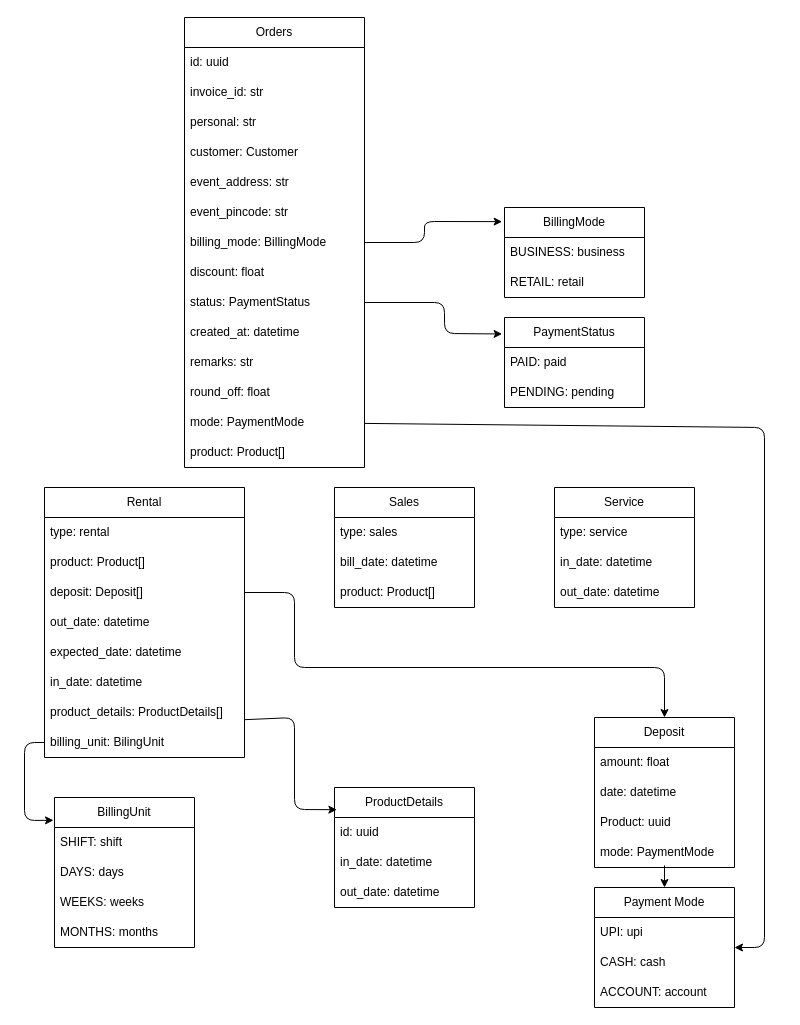
This is page "Orders" (4 of 4) of docs/IMS_MPT.drawio from Cherisher08/IMS_mpt_backend, a draw.io file, before an edit. Source tidied: cells renumbered, new cells numbered last; positions are measured from the earlier drawing's top-left corner, leaving out a move shared by most shapes. Both pictures are drawn from the tidied source at 100%, with x=0, y=0 at pixel (24, 17).
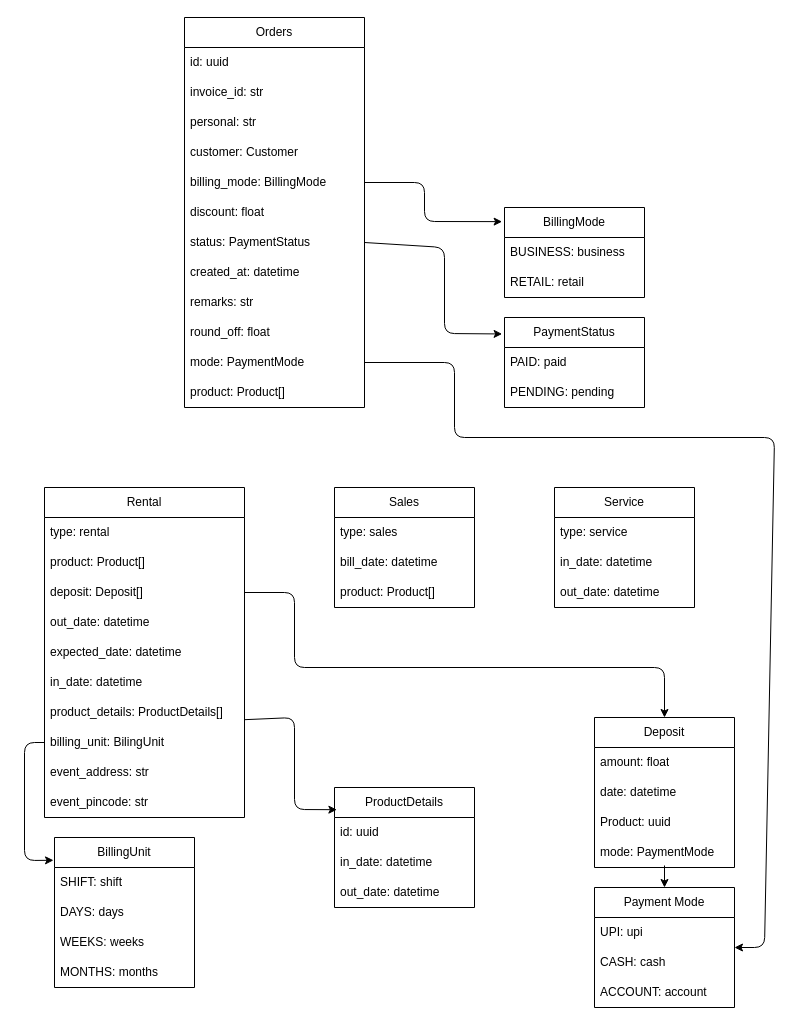
The same diagram, later.

Unchanged cells that the change refers to:
```xml
<mxCell id="25" value="billing_unit: BilingUnit" style="text;strokeColor=none;fillColor=none;align=left;verticalAlign=middle;spacingLeft=4;spacingRight=4;overflow=hidden;points=[[0,0.5],[1,0.5]];portConstraint=eastwest;whiteSpace=wrap;html=1;" parent="17" vertex="1">
  <mxGeometry y="240" width="200" height="30" as="geometry" />
</mxCell>
<mxCell id="26" value="BillingMode" style="swimlane;fontStyle=0;horizontal=1;startSize=30;whiteSpace=wrap;html=1;" parent="1" vertex="1">
  <mxGeometry x="480" y="190" width="140" height="90" as="geometry" />
</mxCell>
<mxCell id="38" value="PaymentStatus" style="swimlane;fontStyle=0;horizontal=1;startSize=30;whiteSpace=wrap;html=1;" parent="1" vertex="1">
  <mxGeometry x="480" y="300" width="140" height="90" as="geometry" />
</mxCell>
<mxCell id="59" value="Payment Mode" style="swimlane;fontStyle=0;horizontal=1;startSize=30;whiteSpace=wrap;html=1;" parent="1" vertex="1">
  <mxGeometry x="570" y="870" width="140" height="120" as="geometry" />
</mxCell>
```

The edit, as a diff of the source:
```diff
@@
     <mxCell id="2" value="Orders" style="swimlane;fontStyle=0;horizontal=1;startSize=30;whiteSpace=wrap;html=1;" parent="1" vertex="1">
-      <mxGeometry x="160" width="180" height="450" as="geometry" />
+      <mxGeometry x="160" width="180" height="390" as="geometry" />
     </mxCell>
@@
-    <mxCell id="7" value="event_address: str" style="text;strokeColor=none;fillColor=none;align=left;verticalAlign=middle;spacingLeft=4;spacingRight=4;overflow=hidden;whiteSpace=wrap;html=1;" parent="2" vertex="1">
-      <mxGeometry y="150" width="180" height="30" as="geometry" />
-    </mxCell>
-    <mxCell id="8" value="event_pincode: str" style="text;strokeColor=none;fillColor=none;align=left;verticalAlign=middle;spacingLeft=4;spacingRight=4;overflow=hidden;whiteSpace=wrap;html=1;" parent="2" vertex="1">
-      <mxGeometry y="180" width="180" height="30" as="geometry" />
-    </mxCell>
     <mxCell id="9" value="billing_mode: BillingMode" style="text;strokeColor=none;fillColor=none;align=left;verticalAlign=middle;spacingLeft=4;spacingRight=4;overflow=hidden;points=[[0,0.5],[1,0.5]];portConstraint=eastwest;whiteSpace=wrap;html=1;" parent="2" vertex="1">
-      <mxGeometry y="210" width="180" height="30" as="geometry" />
+      <mxGeometry y="150" width="180" height="30" as="geometry" />
     </mxCell>
     <mxCell id="10" value="discount: float" style="text;strokeColor=none;fillColor=none;align=left;verticalAlign=middle;spacingLeft=4;spacingRight=4;overflow=hidden;whiteSpace=wrap;html=1;" parent="2" vertex="1">
-      <mxGeometry y="240" width="180" height="30" as="geometry" />
+      <mxGeometry y="180" width="180" height="30" as="geometry" />
     </mxCell>
     <mxCell id="11" value="status: PaymentStatus" style="text;strokeColor=none;fillColor=none;align=left;verticalAlign=middle;spacingLeft=4;spacingRight=4;overflow=hidden;points=[[0,0.5],[1,0.5]];portConstraint=eastwest;whiteSpace=wrap;html=1;" parent="2" vertex="1">
-      <mxGeometry y="270" width="180" height="30" as="geometry" />
+      <mxGeometry y="210" width="180" height="30" as="geometry" />
     </mxCell>
     <mxCell id="12" value="created_at: datetime" style="text;strokeColor=none;fillColor=none;align=left;verticalAlign=middle;spacingLeft=4;spacingRight=4;overflow=hidden;whiteSpace=wrap;html=1;" parent="2" vertex="1">
-      <mxGeometry y="300" width="180" height="30" as="geometry" />
+      <mxGeometry y="240" width="180" height="30" as="geometry" />
     </mxCell>
     <mxCell id="13" value="remarks: str" style="text;strokeColor=none;fillColor=none;align=left;verticalAlign=middle;spacingLeft=4;spacingRight=4;overflow=hidden;whiteSpace=wrap;html=1;" parent="2" vertex="1">
-      <mxGeometry y="330" width="180" height="30" as="geometry" />
+      <mxGeometry y="270" width="180" height="30" as="geometry" />
     </mxCell>
     <mxCell id="14" value="round_off: float" style="text;strokeColor=none;fillColor=none;align=left;verticalAlign=middle;spacingLeft=4;spacingRight=4;overflow=hidden;whiteSpace=wrap;html=1;" parent="2" vertex="1">
-      <mxGeometry y="360" width="180" height="30" as="geometry" />
+      <mxGeometry y="300" width="180" height="30" as="geometry" />
     </mxCell>
     <mxCell id="15" value="mode: PaymentMode" style="text;strokeColor=none;fillColor=none;align=left;verticalAlign=middle;spacingLeft=4;spacingRight=4;overflow=hidden;points=[[0,0.5],[1,0.5]];portConstraint=eastwest;whiteSpace=wrap;html=1;" parent="2" vertex="1">
-      <mxGeometry y="390" width="180" height="30" as="geometry" />
+      <mxGeometry y="330" width="180" height="30" as="geometry" />
     </mxCell>
     <mxCell id="16" value="&lt;span style=&quot;color: rgb(0, 0, 0);&quot;&gt;product: Product[]&lt;/span&gt;" style="text;strokeColor=none;fillColor=none;align=left;verticalAlign=middle;spacingLeft=4;spacingRight=4;overflow=hidden;whiteSpace=wrap;html=1;" parent="2" vertex="1">
-      <mxGeometry y="420" width="180" height="30" as="geometry" />
+      <mxGeometry y="360" width="180" height="30" as="geometry" />
     </mxCell>
     <mxCell id="17" value="Rental" style="swimlane;fontStyle=0;horizontal=1;startSize=30;whiteSpace=wrap;html=1;" parent="1" vertex="1">
-      <mxGeometry x="20" y="470" width="200" height="270" as="geometry" />
+      <mxGeometry x="20" y="470" width="200" height="330" as="geometry" />
     </mxCell>
@@
+    <mxCell id="7" value="event_address: str" style="text;strokeColor=none;fillColor=none;align=left;verticalAlign=middle;spacingLeft=4;spacingRight=4;overflow=hidden;whiteSpace=wrap;html=1;" parent="17" vertex="1">
+      <mxGeometry y="270" width="200" height="30" as="geometry" />
+    </mxCell>
+    <mxCell id="8" value="event_pincode: str" style="text;strokeColor=none;fillColor=none;align=left;verticalAlign=middle;spacingLeft=4;spacingRight=4;overflow=hidden;whiteSpace=wrap;html=1;" parent="17" vertex="1">
+      <mxGeometry y="300" width="200" height="30" as="geometry" />
+    </mxCell>
@@
     <mxCell id="29" style="edgeStyle=none;html=1;exitX=1;exitY=0.5;exitDx=0;exitDy=0;entryX=-0.017;entryY=0.157;entryDx=0;entryDy=0;entryPerimeter=0;" parent="1" edge="1" source="9" target="26">
       <mxGeometry relative="1" as="geometry">
         <Array as="points">
-          <mxPoint x="400" y="225" />
+          <mxPoint x="400" y="165" />
           <mxPoint x="400" y="204" />
         </Array>
       </mxGeometry>
     </mxCell>
@@
     <mxCell id="41" style="edgeStyle=none;html=1;exitX=1;exitY=0.5;exitDx=0;exitDy=0;entryX=-0.017;entryY=0.183;entryDx=0;entryDy=0;entryPerimeter=0;" parent="1" edge="1" source="11" target="38">
       <mxGeometry relative="1" as="geometry">
         <Array as="points">
-          <mxPoint x="420" y="285" />
+          <mxPoint x="420" y="230" />
           <mxPoint x="420" y="316" />
         </Array>
       </mxGeometry>
     </mxCell>
@@
     <mxCell id="47" value="BillingUnit" style="swimlane;fontStyle=0;horizontal=1;startSize=30;whiteSpace=wrap;html=1;" parent="1" vertex="1">
-      <mxGeometry x="30" y="780" width="140" height="150" as="geometry" />
+      <mxGeometry x="30" y="820" width="140" height="150" as="geometry" />
     </mxCell>
@@
     <mxCell id="52" style="edgeStyle=none;html=1;exitX=0;exitY=0.5;exitDx=0;exitDy=0;entryX=-0.007;entryY=0.152;entryDx=0;entryDy=0;entryPerimeter=0;" parent="1" edge="1" source="25" target="47">
       <mxGeometry relative="1" as="geometry">
         <Array as="points">
           <mxPoint y="725" />
-          <mxPoint y="803" />
+          <mxPoint y="843" />
         </Array>
       </mxGeometry>
     </mxCell>
@@
     <mxCell id="64" style="edgeStyle=none;html=1;" parent="1" edge="1" source="15" target="59">
       <mxGeometry relative="1" as="geometry">
         <Array as="points">
-          <mxPoint x="740" y="410" />
+          <mxPoint x="430" y="345" />
+          <mxPoint x="430" y="420" />
+          <mxPoint x="750" y="420" />
           <mxPoint x="740" y="930" />
         </Array>
       </mxGeometry>
     </mxCell>
```
